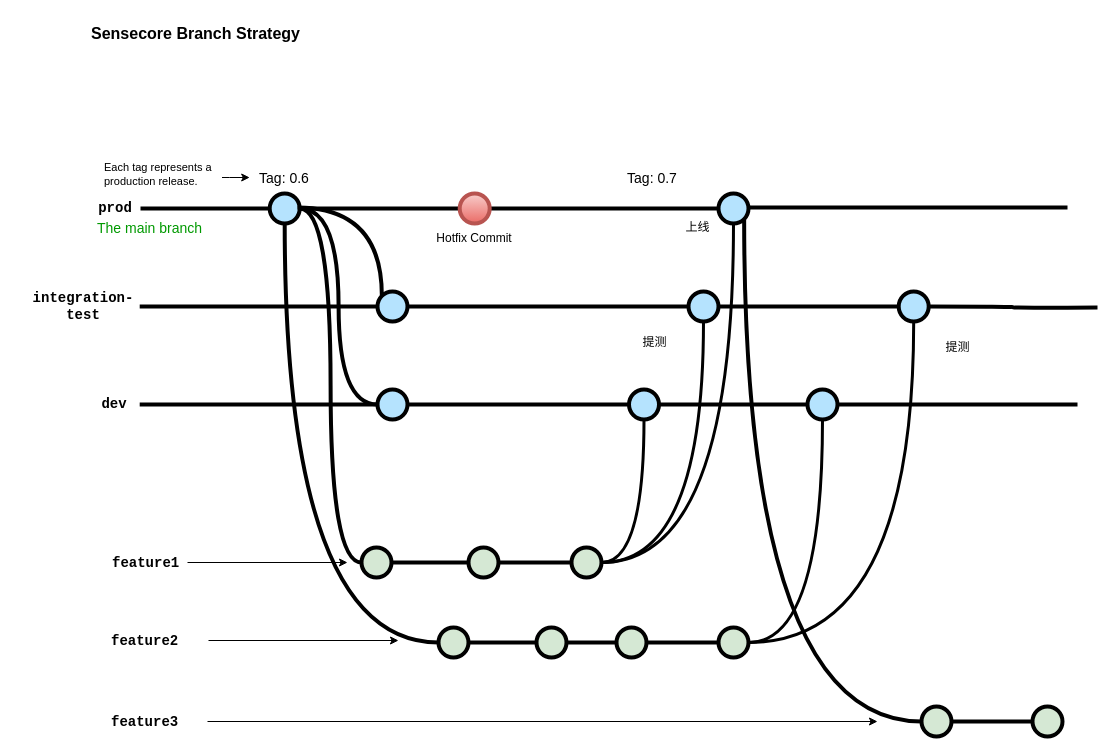
GrantDuan/diagrams keeps this draw.io diagram as Untitled Diagram.drawio. Above is the earlier version. Source tidied: cells renumbered, new cells numbered last; positions are measured from the earlier drawing's top-left corner, leaving out a move shared by most shapes. Both pictures are drawn from the tidied source at 100%, with x=0, y=0 at pixel (27, 17).
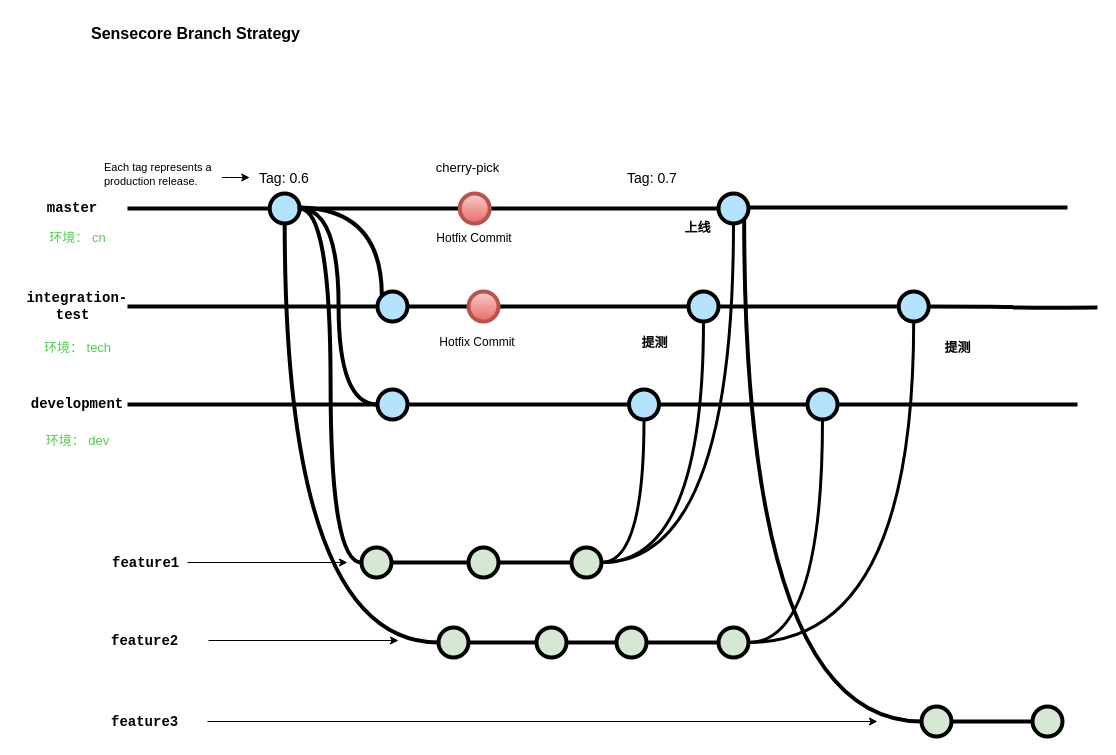
The same diagram, later.

Unchanged cells that the change refers to:
```xml
<mxCell id="5" style="verticalLabelPosition=bottom;verticalAlign=top;html=1;strokeWidth=4;shape=mxgraph.flowchart.on-page_reference;plain-blue;gradientColor=none;fillColor=#B5E3Fe;strokeColor=#000000;" parent="1" vertex="1">
  <mxGeometry x="242.2" y="176" width="30" height="30" as="geometry" />
</mxCell>
<mxCell id="47" style="verticalLabelPosition=bottom;verticalAlign=top;html=1;strokeWidth=4;shape=mxgraph.flowchart.on-page_reference;plain-blue;gradientColor=none;strokeColor=#000000;fillColor=#B5E3FE;" parent="1" vertex="1">
  <mxGeometry x="661" y="274" width="30" height="30" as="geometry" />
</mxCell>
<mxCell id="55" style="verticalLabelPosition=bottom;verticalAlign=top;html=1;strokeWidth=4;shape=mxgraph.flowchart.on-page_reference;plain-blue;gradientColor=none;fillColor=#B5E3Fe;strokeColor=#000000;" parent="1" vertex="1">
  <mxGeometry x="350" y="274" width="30" height="30" as="geometry" />
</mxCell>
<mxCell id="57" style="verticalLabelPosition=bottom;verticalAlign=top;html=1;strokeWidth=4;shape=mxgraph.flowchart.on-page_reference;plain-blue;gradientColor=none;fillColor=#B5E3Fe;strokeColor=#000000;" parent="1" vertex="1">
  <mxGeometry x="350" y="372" width="30" height="30" as="geometry" />
</mxCell>
```

Diff of the diagram source:
```diff
@@
-    <mxCell id="8" style="edgeStyle=orthogonalEdgeStyle;rounded=0;html=1;jettySize=auto;strokeWidth=4;endArrow=none;endFill=0;" parent="1" edge="1" source="9" target="5">
+    <mxCell id="8" style="edgeStyle=orthogonalEdgeStyle;rounded=0;html=1;jettySize=auto;strokeWidth=4;endArrow=none;endFill=0;exitX=1;exitY=0.5;exitDx=0;exitDy=0;" parent="1" edge="1" source="9" target="5">
       <mxGeometry x="192.2" y="211" as="geometry" />
     </mxCell>
-    <mxCell id="9" value="prod" style="text;html=1;strokeColor=none;fillColor=none;align=center;verticalAlign=middle;whiteSpace=wrap;overflow=hidden;fontSize=14;fontStyle=1;fontFamily=Courier New;" parent="1" vertex="1">
-      <mxGeometry x="63" y="170" width="50" height="42" as="geometry" />
+    <mxCell id="9" value="master" style="text;html=1;strokeColor=none;fillColor=none;align=center;verticalAlign=middle;whiteSpace=wrap;overflow=hidden;fontSize=14;fontStyle=1;fontFamily=Courier New;" parent="1" vertex="1">
+      <mxGeometry x="-10" y="176" width="110" height="30" as="geometry" />
     </mxCell>
@@
-    <mxCell id="34" value="The main branch&lt;br&gt;" style="text;html=1;strokeColor=none;fillColor=none;align=left;verticalAlign=middle;whiteSpace=wrap;overflow=hidden;fontSize=14;fontStyle=0;fontColor=#009900;" parent="1" vertex="1">
-      <mxGeometry x="68.2" y="200" width="146.8" height="20" as="geometry" />
-    </mxCell>
@@
-    <mxCell id="48" style="edgeStyle=orthogonalEdgeStyle;rounded=0;html=1;jettySize=auto;strokeWidth=4;endArrow=none;endFill=0;entryX=0;entryY=0.5;entryDx=0;entryDy=0;entryPerimeter=0;startArrow=none;" parent="1" edge="1" source="55" target="47">
+    <mxCell id="48" style="edgeStyle=orthogonalEdgeStyle;rounded=0;html=1;jettySize=auto;strokeWidth=4;endArrow=none;endFill=0;entryX=0;entryY=0.5;entryDx=0;entryDy=0;entryPerimeter=0;startArrow=none;" parent="1" edge="1" source="68" target="47">
       <mxGeometry x="191.5" y="309" as="geometry" />
     </mxCell>
-    <mxCell id="49" value="integration-test" style="text;html=1;strokeColor=none;fillColor=none;align=center;verticalAlign=middle;whiteSpace=wrap;overflow=hidden;fontSize=14;fontStyle=1;fontFamily=Courier New;" parent="1" vertex="1">
-      <mxGeometry y="268" width="112.2" height="42" as="geometry" />
+    <mxCell id="49" value="&amp;nbsp;integration-test" style="text;html=1;strokeColor=none;fillColor=none;align=center;verticalAlign=middle;whiteSpace=wrap;overflow=hidden;fontSize=14;fontStyle=1;fontFamily=Courier New;" parent="1" vertex="1">
+      <mxGeometry x="-10" y="263" width="110" height="52" as="geometry" />
     </mxCell>
@@
-    <mxCell id="53" value="dev" style="text;html=1;strokeColor=none;fillColor=none;align=center;verticalAlign=middle;whiteSpace=wrap;overflow=hidden;fontSize=14;fontStyle=1;fontFamily=Courier New;" parent="1" vertex="1">
-      <mxGeometry x="62.2" y="366" width="50" height="42" as="geometry" />
+    <mxCell id="53" value="development" style="text;html=1;strokeColor=none;fillColor=none;align=center;verticalAlign=middle;whiteSpace=wrap;overflow=hidden;fontSize=14;fontStyle=1;fontFamily=Courier New;" parent="1" vertex="1">
+      <mxGeometry y="366" width="100" height="42" as="geometry" />
     </mxCell>
-    <mxCell id="54" style="edgeStyle=orthogonalEdgeStyle;rounded=0;html=1;jettySize=auto;strokeWidth=4;endArrow=none;endFill=0;entryX=0;entryY=0.5;entryDx=0;entryDy=0;entryPerimeter=0;" parent="1" edge="1" source="49" target="55">
+    <mxCell id="54" style="edgeStyle=orthogonalEdgeStyle;rounded=0;html=1;jettySize=auto;strokeWidth=4;endArrow=none;endFill=0;entryX=0;entryY=0.5;entryDx=0;entryDy=0;entryPerimeter=0;exitX=1;exitY=0.5;exitDx=0;exitDy=0;" parent="1" edge="1" source="49" target="55">
       <mxGeometry x="191.5" y="309" as="geometry" />
     </mxCell>
@@
-    <mxCell id="56" style="edgeStyle=orthogonalEdgeStyle;rounded=0;html=1;jettySize=auto;strokeWidth=4;endArrow=none;endFill=0;entryX=0;entryY=0.5;entryDx=0;entryDy=0;entryPerimeter=0;" parent="1" edge="1" source="53" target="57">
+    <mxCell id="56" style="edgeStyle=orthogonalEdgeStyle;rounded=0;html=1;jettySize=auto;strokeWidth=4;endArrow=none;endFill=0;entryX=0;entryY=0.5;entryDx=0;entryDy=0;entryPerimeter=0;exitX=1;exitY=0.5;exitDx=0;exitDy=0;" parent="1" edge="1" source="53" target="57">
       <mxGeometry x="191.5" y="407" as="geometry" />
     </mxCell>
@@
-    <mxCell id="64" value="提测" style="text;html=1;align=center;verticalAlign=middle;strokeColor=none;fillColor=none;" parent="1" vertex="1">
+    <mxCell id="64" value="提测" style="text;html=1;align=center;verticalAlign=middle;strokeColor=none;fillColor=none;fontStyle=1;fontSize=13;" parent="1" vertex="1">
       <mxGeometry x="905" y="315" width="50" height="30" as="geometry" />
     </mxCell>
-    <mxCell id="65" value="提测" style="text;html=1;align=center;verticalAlign=middle;strokeColor=none;fillColor=none;" parent="1" vertex="1">
+    <mxCell id="65" value="提测" style="text;html=1;align=center;verticalAlign=middle;strokeColor=none;fillColor=none;fontStyle=1;fontSize=13;" parent="1" vertex="1">
       <mxGeometry x="601.5" y="310" width="50" height="30" as="geometry" />
     </mxCell>
-    <mxCell id="66" value="上线" style="text;html=1;align=center;verticalAlign=middle;strokeColor=none;fillColor=none;" parent="1" vertex="1">
+    <mxCell id="66" value="上线" style="text;html=1;align=center;verticalAlign=middle;strokeColor=none;fillColor=none;strokeWidth=1;fontSize=13;fontStyle=1;" parent="1" vertex="1">
       <mxGeometry x="645" y="195" width="50" height="30" as="geometry" />
     </mxCell>
+    <mxCell id="67" style="edgeStyle=orthogonalEdgeStyle;rounded=0;html=1;jettySize=auto;strokeWidth=4;endArrow=none;endFill=0;entryX=0;entryY=0.5;entryDx=0;entryDy=0;entryPerimeter=0;startArrow=none;" parent="1" edge="1" source="55" target="68">
+      <mxGeometry x="191.5" y="309" as="geometry" />
+    </mxCell>
+    <mxCell id="68" style="verticalLabelPosition=bottom;verticalAlign=top;html=1;strokeWidth=4;shape=mxgraph.flowchart.on-page_reference;plain-blue;gradientColor=#EA6B66;strokeColor=#B85450;fillColor=#F8CECC;" parent="1" vertex="1">
+      <mxGeometry x="441" y="274" width="30" height="30" as="geometry" />
+    </mxCell>
+    <mxCell id="69" value="Hotfix Commit" style="text;html=1;strokeColor=none;fillColor=none;align=center;verticalAlign=middle;whiteSpace=wrap;overflow=hidden;" parent="1" vertex="1">
+      <mxGeometry x="410" y="310" width="80" height="30" as="geometry" />
+    </mxCell>
+    <mxCell id="70" value="cherry-pick" style="text;html=1;align=center;verticalAlign=middle;strokeColor=none;fillColor=none;fontSize=13;" parent="1" vertex="1">
+      <mxGeometry x="395" y="135" width="90" height="30" as="geometry" />
+    </mxCell>
+    <mxCell id="71" value="环境： cn" style="text;html=1;align=center;verticalAlign=middle;strokeColor=none;fillColor=none;fontSize=13;fontColor=#52CC52;" parent="1" vertex="1">
+      <mxGeometry x="10" y="205" width="80" height="30" as="geometry" />
+    </mxCell>
+    <mxCell id="72" value="环境： tech" style="text;html=1;align=center;verticalAlign=middle;strokeColor=none;fillColor=none;fontSize=13;fontColor=#52CC52;" parent="1" vertex="1">
+      <mxGeometry x="5" y="315" width="90" height="30" as="geometry" />
+    </mxCell>
+    <mxCell id="73" value="环境： dev" style="text;html=1;align=center;verticalAlign=middle;strokeColor=none;fillColor=none;fontSize=13;fontColor=#52CC52;" parent="1" vertex="1">
+      <mxGeometry x="5" y="408" width="90" height="30" as="geometry" />
+    </mxCell>
```
